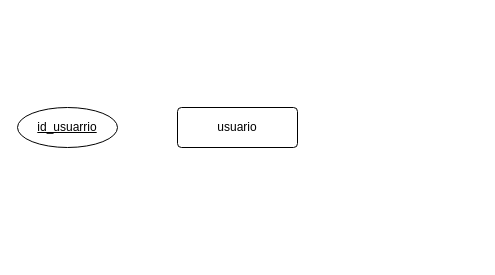
This is page "enntidad relacion" (1 of 2) of Diagrama sin título.drawio from mhsvictor/bd405, a draw.io file, before an edit. Source tidied: cells renumbered, new cells numbered last; positions are measured from the earlier drawing's top-left corner, leaving out a move shared by most shapes. Both pictures are drawn from the tidied source at 100%, with x=0, y=0 at pixel (17, 107).
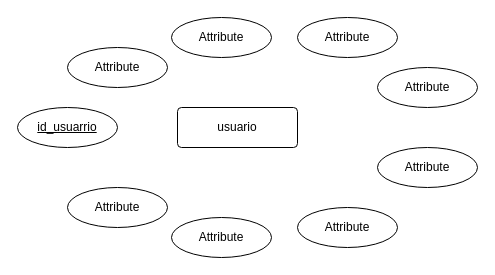
The same page after the edit.

Diff of the diagram source:
```diff
@@
 <mxGraphModel>
   <root>
     <mxCell id="0" />
     <mxCell id="1" parent="0" />
     <mxCell id="2" value="usuario" style="rounded=1;arcSize=10;whiteSpace=wrap;html=1;align=center;" parent="1" vertex="1">
       <mxGeometry x="160" width="120" height="40" as="geometry" />
     </mxCell>
     <mxCell id="3" value="id_usuarrio" style="ellipse;whiteSpace=wrap;html=1;align=center;fontStyle=4;" parent="1" vertex="1">
       <mxGeometry width="100" height="40" as="geometry" />
     </mxCell>
+    <mxCell id="4" value="Attribute" style="ellipse;whiteSpace=wrap;html=1;align=center;" parent="1" vertex="1">
+      <mxGeometry x="50" y="-60" width="100" height="40" as="geometry" />
+    </mxCell>
+    <mxCell id="5" value="Attribute" style="ellipse;whiteSpace=wrap;html=1;align=center;" parent="1" vertex="1">
+      <mxGeometry x="154" y="-90" width="100" height="40" as="geometry" />
+    </mxCell>
+    <mxCell id="6" value="Attribute" style="ellipse;whiteSpace=wrap;html=1;align=center;" parent="1" vertex="1">
+      <mxGeometry x="280" y="-90" width="100" height="40" as="geometry" />
+    </mxCell>
+    <mxCell id="7" value="Attribute" style="ellipse;whiteSpace=wrap;html=1;align=center;" parent="1" vertex="1">
+      <mxGeometry x="360" y="-40" width="100" height="40" as="geometry" />
+    </mxCell>
+    <mxCell id="8" value="Attribute" style="ellipse;whiteSpace=wrap;html=1;align=center;" parent="1" vertex="1">
+      <mxGeometry x="360" y="40" width="100" height="40" as="geometry" />
+    </mxCell>
+    <mxCell id="9" value="Attribute" style="ellipse;whiteSpace=wrap;html=1;align=center;" parent="1" vertex="1">
+      <mxGeometry x="280" y="100" width="100" height="40" as="geometry" />
+    </mxCell>
+    <mxCell id="10" value="Attribute" style="ellipse;whiteSpace=wrap;html=1;align=center;" parent="1" vertex="1">
+      <mxGeometry x="50" y="80" width="100" height="40" as="geometry" />
+    </mxCell>
+    <mxCell id="11" value="Attribute" style="ellipse;whiteSpace=wrap;html=1;align=center;" parent="1" vertex="1">
+      <mxGeometry x="154" y="110" width="100" height="40" as="geometry" />
+    </mxCell>
   </root>
 </mxGraphModel>
```
